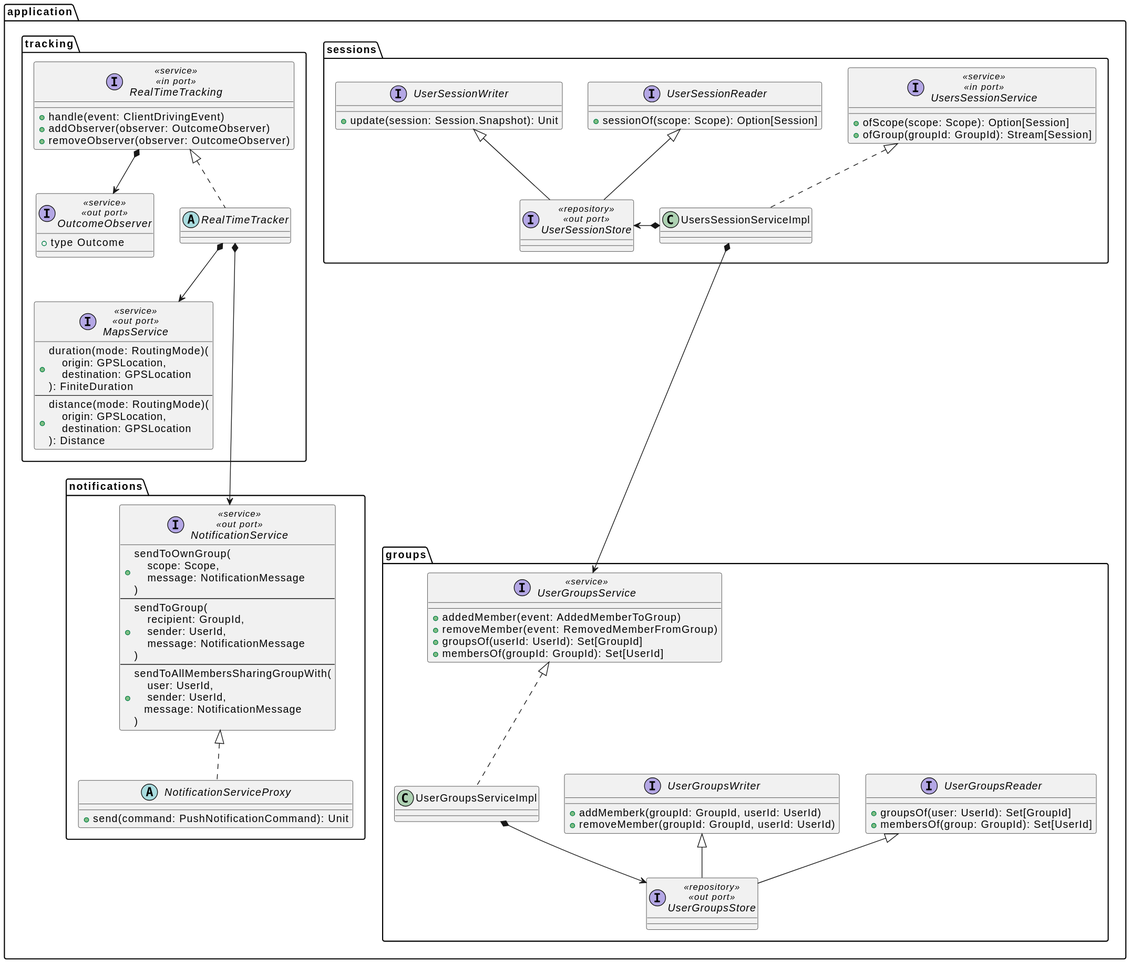
Above: res/location-service-infrastructure-light.svg in position-pal/position-pal.github.io (PlantUML), before the change.
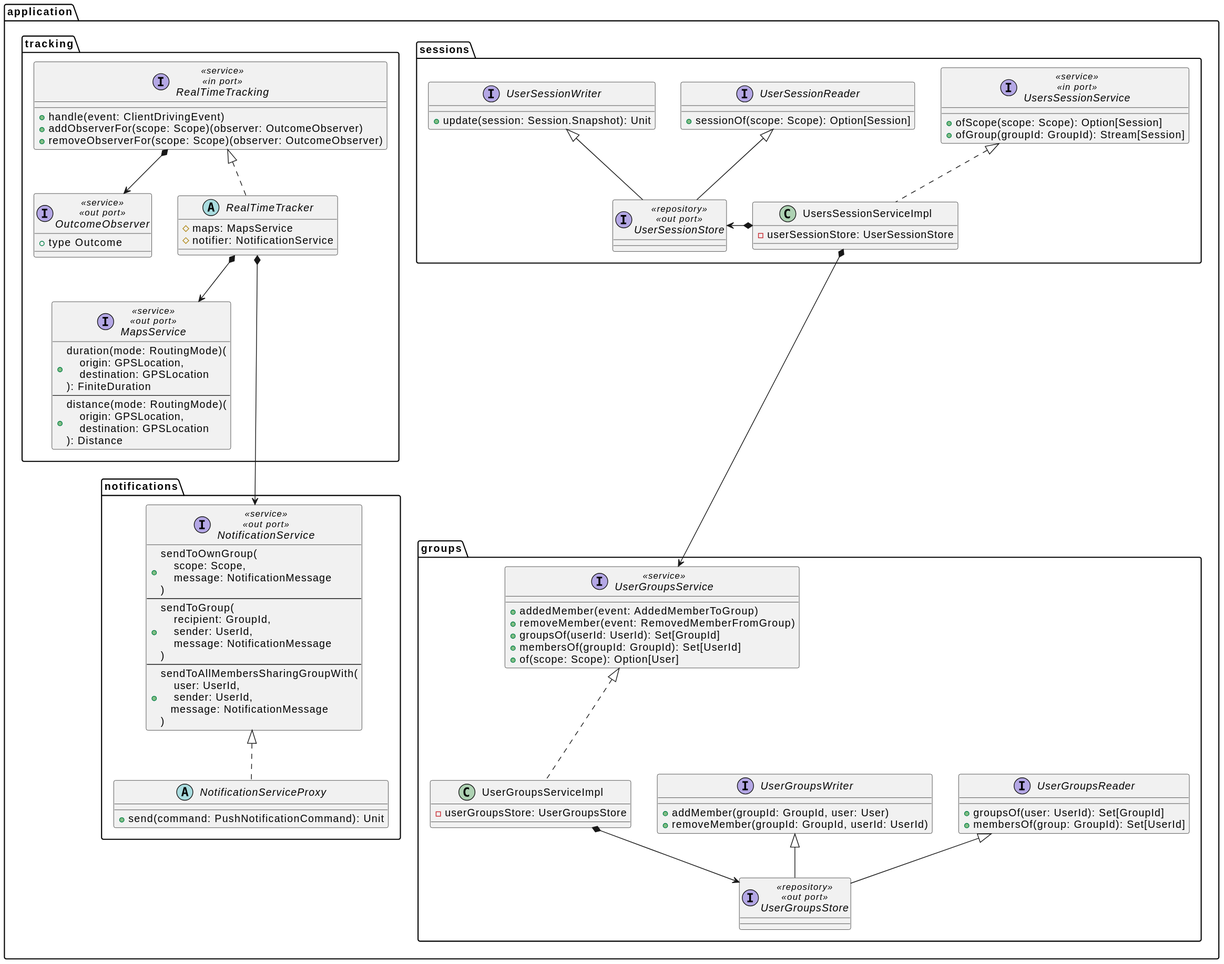
After the commit.

The edit, as a diff of the source:
```diff
@@ -7,7 +7,7 @@
             + membersOf(group: GroupId): Set[UserId]
         }
         interface UserGroupsWriter {
-            + addMemberk(groupId: GroupId, userId: UserId)
+            + addMember(groupId: GroupId, user: User)
             + removeMember(groupId: GroupId, userId: UserId)
         }
         interface UserGroupsStore <<repository>> <<out port>> extends UserGroupsReader, UserGroupsWriter
@@ -17,8 +17,11 @@
             + removeMember(event: RemovedMemberFromGroup)
             + groupsOf(userId: UserId): Set[GroupId]
             + membersOf(groupId: GroupId): Set[UserId]
+            + of(scope: Scope): Option[User]
         }
-        class UserGroupsServiceImpl implements UserGroupsService
+        class UserGroupsServiceImpl implements UserGroupsService {
+            - userGroupsStore: UserGroupsStore
+        }
         UserGroupsServiceImpl *--> UserGroupsStore
     }
 
@@ -49,7 +52,9 @@
             + ofGroup(groupId: GroupId): Stream[Session]
         }
 
-        class UsersSessionServiceImpl implements UsersSessionService
+        class UsersSessionServiceImpl implements UsersSessionService {
+            - userSessionStore: UserSessionStore
+        }
         UsersSessionServiceImpl *-left-> UserSessionStore
         UsersSessionServiceImpl *---> UserGroupsService
     }
@@ -67,12 +72,15 @@
 
         interface RealTimeTracking <<service>> <<in port>> {
             + handle(event: ClientDrivingEvent)
-            + addObserver(observer: OutcomeObserver)
-            + removeObserver(observer: OutcomeObserver)
+            + addObserverFor(scope: Scope)(observer: OutcomeObserver)
+            + removeObserverFor(scope: Scope)(observer: OutcomeObserver)
         }
         RealTimeTracking *--> OutcomeObserver
 
-        abstract class RealTimeTracker implements RealTimeTracking
+        abstract class RealTimeTracker implements RealTimeTracking {
+            # maps: MapsService
+            # notifier: NotificationService
+        }
         RealTimeTracker *--> MapsService
         RealTimeTracker *---> NotificationService
     }
```
